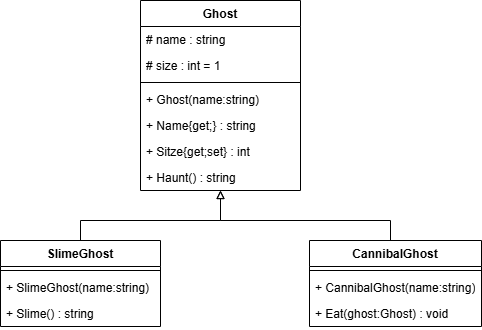
This is MonsterAG.drawio.png from gsoTH/13.3-tdd-MonsterAG, a draw.io export, as it was before one commit. Source tidied: cells renumbered, new cells last; positions are measured from the earlier drawing's top-left corner, leaving out a move shared by most shapes.
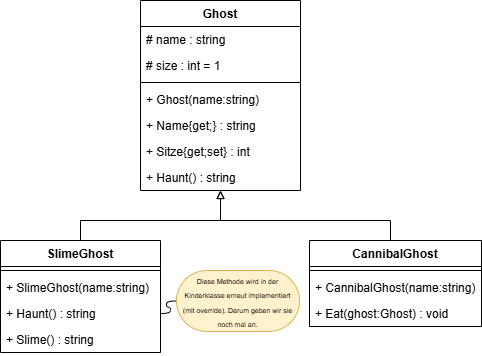
The same diagram one commit later.

Commit message:
Haunt() eingebaut

Change to the diagram source:
```diff
@@ -55,7 +55,7 @@
       </mxGeometry>
     </mxCell>
     <mxCell id="16" value="SlimeGhost" style="swimlane;fontStyle=1;align=center;verticalAlign=top;horizontal=1;startSize=26;whiteSpace=wrap;html=1;" parent="1" vertex="1">
-      <mxGeometry y="240" width="160" height="86" as="geometry" />
+      <mxGeometry y="240" width="160" height="112" as="geometry" />
     </mxCell>
     <mxCell id="17" style="line;strokeWidth=1;fillColor=none;align=left;verticalAlign=middle;spacingTop=-1;spacingLeft=3;spacingRight=3;labelPosition=right;strokeColor=inherit;" parent="16" vertex="1">
       <mxGeometry y="26" width="160" height="8" as="geometry" />
@@ -63,8 +63,17 @@
     <mxCell id="18" value="+ SlimeGhost(name:string)" style="text;strokeColor=none;fillColor=none;align=left;verticalAlign=top;spacingLeft=4;spacingRight=4;overflow=hidden;whiteSpace=wrap;html=1;" parent="16" vertex="1">
       <mxGeometry y="34" width="160" height="26" as="geometry" />
     </mxCell>
-    <mxCell id="19" value="+ Slime() : string" style="text;strokeColor=none;fillColor=none;align=left;verticalAlign=top;spacingLeft=4;spacingRight=4;overflow=hidden;points=[[0,0.5],[1,0.5]];portConstraint=eastwest;whiteSpace=wrap;html=1;" parent="16" vertex="1">
+    <mxCell id="19" value="+ Haunt() : string" style="text;strokeColor=none;fillColor=none;align=left;verticalAlign=top;spacingLeft=4;spacingRight=4;overflow=hidden;points=[[0,0.5],[1,0.5]];portConstraint=eastwest;whiteSpace=wrap;html=1;" parent="16" vertex="1">
       <mxGeometry y="60" width="160" height="26" as="geometry" />
     </mxCell>
+    <mxCell id="20" value="+ Slime() : string" style="text;strokeColor=none;fillColor=none;align=left;verticalAlign=top;spacingLeft=4;spacingRight=4;overflow=hidden;whiteSpace=wrap;html=1;" parent="16" vertex="1">
+      <mxGeometry y="86" width="160" height="26" as="geometry" />
+    </mxCell>
+    <mxCell id="21" value="&lt;font style=&quot;font-size: 7px;&quot;&gt;Diese Methode wird in der Kinderklasse erneut implementiert (mit override). Darum geben wir sie noch mal an.&lt;/font&gt;" style="whiteSpace=wrap;html=1;rounded=1;arcSize=50;align=center;verticalAlign=middle;strokeWidth=1;spacing=4;newEdgeStyle={&quot;edgeStyle&quot;:&quot;entityRelationEdgeStyle&quot;,&quot;startArrow&quot;:&quot;none&quot;,&quot;endArrow&quot;:&quot;none&quot;,&quot;segment&quot;:10,&quot;curved&quot;:1,&quot;sourcePerimeterSpacing&quot;:0,&quot;targetPerimeterSpacing&quot;:0};fillColor=#fff2cc;strokeColor=#d6b656;" parent="1" vertex="1">
+      <mxGeometry x="176" y="270" width="123" height="61" as="geometry" />
+    </mxCell>
+    <mxCell id="22" style="edgeStyle=entityRelationEdgeStyle;startArrow=none;endArrow=none;segment=10;curved=1;sourcePerimeterSpacing=0;targetPerimeterSpacing=0;rounded=0;" parent="1" edge="1" source="19" target="21">
+      <mxGeometry relative="1" as="geometry" />
+    </mxCell>
   </root>
 </mxGraphModel>
```
